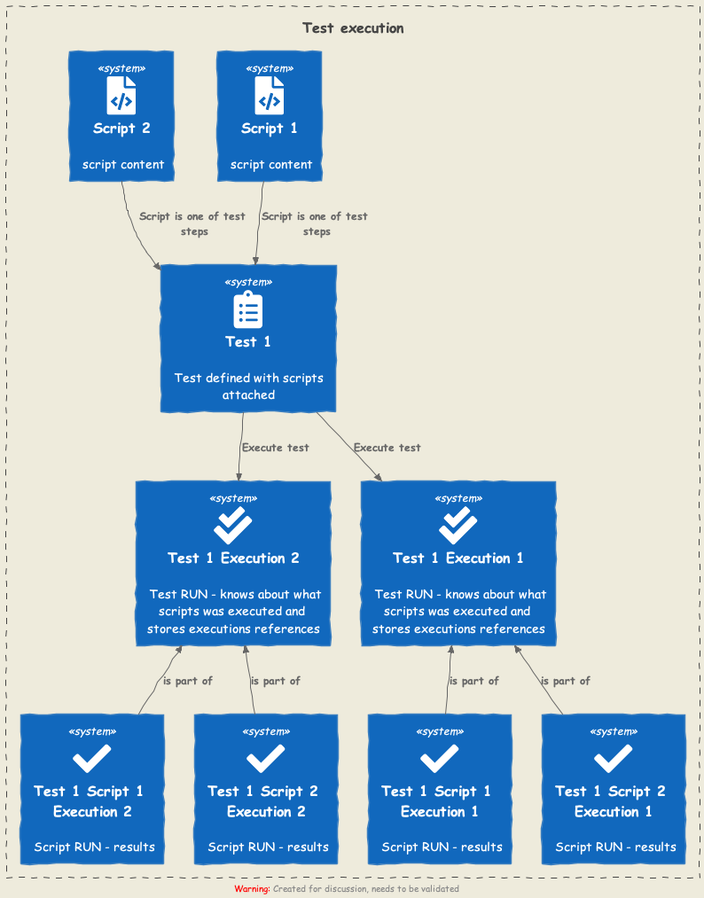
Before: docs/img/objects-dependencies.png, a diagram exported from PlantUML (kubeshop/testkube).
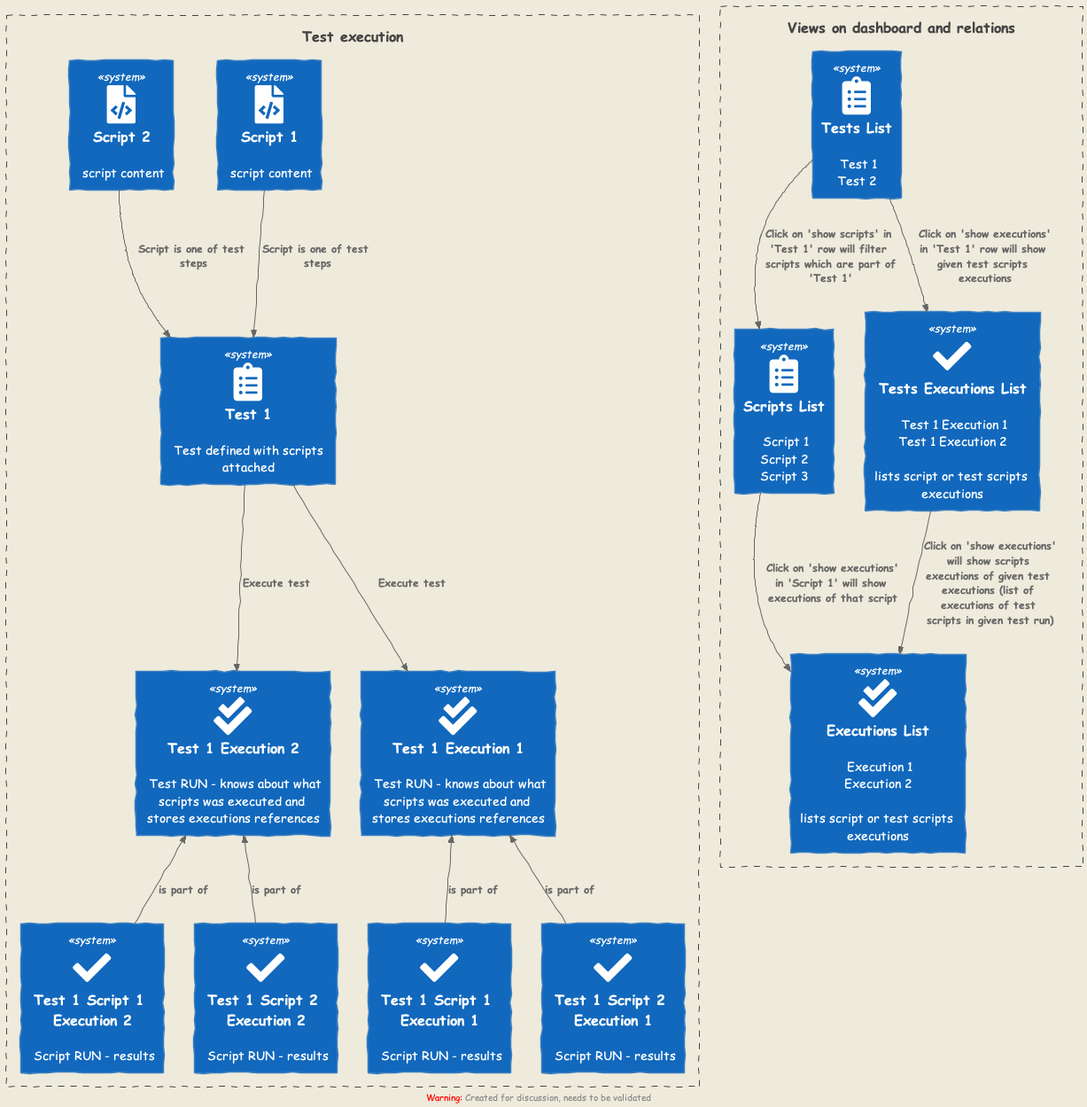
Later version of the same file.

Commit message:
docs: diagram gen

Diff of the diagram source:
```diff
@@ -41,4 +41,18 @@
 
 }
 
+Boundary(grids, "Views on dashboard and relations") {
+
+	System(testgrid, "Tests List", "Test 1\nTest 2", "clipboard_list")
+	System(scriptsgrid, "Scripts List", "Script 1\nScript 2\nScript 3", "clipboard_list")
+	System(executionsgrid, "Executions List", "Execution 1\nExecution 2\n\nlists script or test scripts executions", "check_double")
+	System(testsexecutionsgrid, "Tests Executions List", "Test 1 Execution 1\nTest 1 Execution 2\n\nlists script or test scripts executions", "check")
+
+
+	Rel(testgrid, scriptsgrid, "Click on 'show scripts' in 'Test 1' row will filter scripts which are part of 'Test 1'")
+	Rel(scriptsgrid, executionsgrid, "Click on 'show executions' in 'Script 1' will show executions of that script")
+	Rel(testgrid, testsexecutionsgrid, "Click on 'show executions' in 'Test 1' row will show given test scripts executions")
+	Rel(testsexecutionsgrid, executionsgrid, "Click on 'show executions' will show scripts executions of given test executions (list of executions of test scripts in given test run)")
+}
+
 @enduml
```
